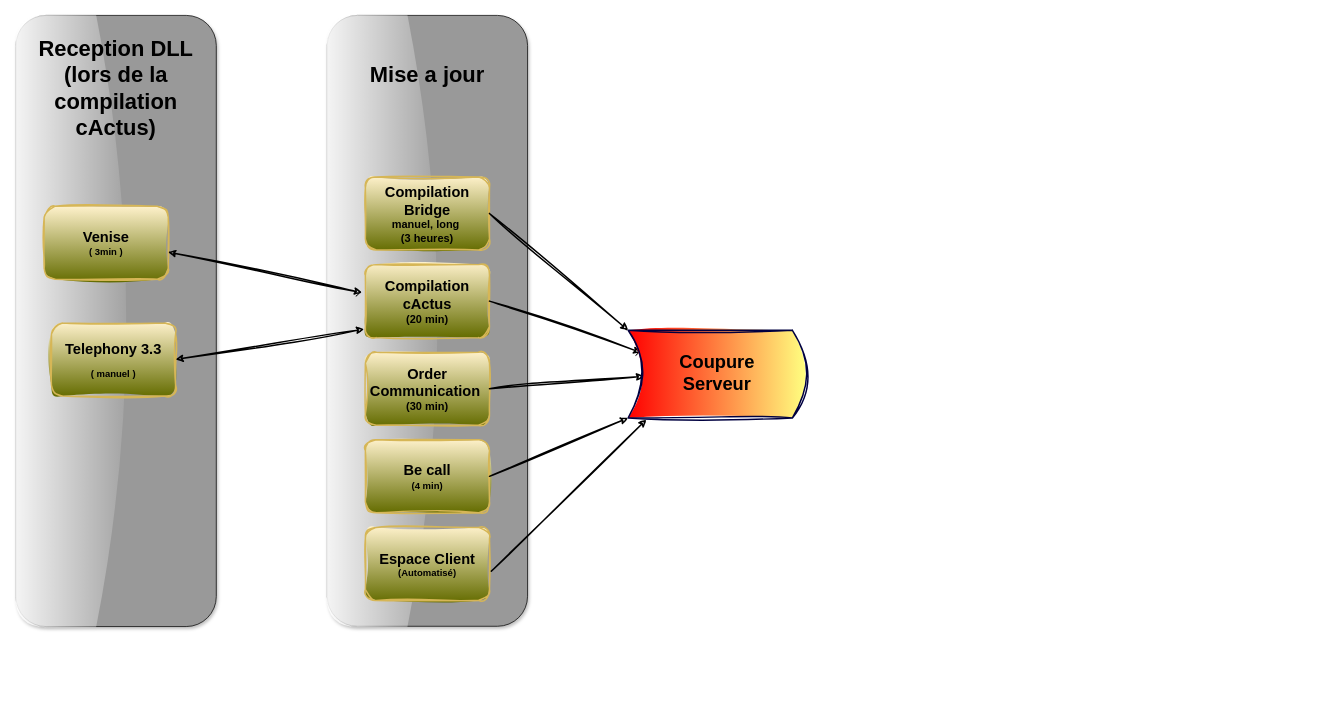
MarcSyndrome/Objectif-du-jour-ARC-EF keeps this draw.io diagram as Suivi MEP.drawio. Above is the earlier version. Source tidied: cells renumbered, new cells numbered last; positions are measured from the earlier drawing's top-left corner, leaving out a move shared by most shapes. Both pictures are drawn from the tidied source at 73%, with x=0, y=0 at pixel (-190, 38).
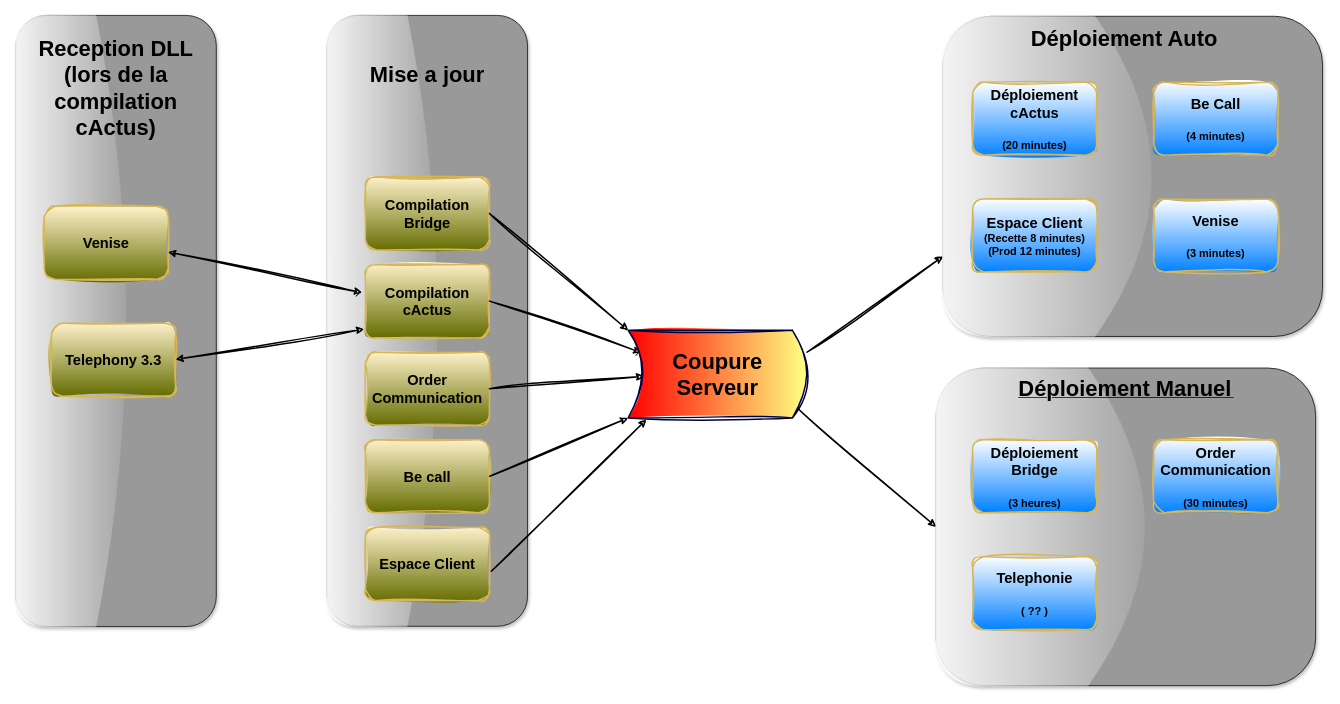
The same diagram, later.

Commit message (it also covers changes not shown here):
Mettre à jour Suivi MEP.drawio

Unchanged cells that the change refers to:
```xml
<mxCell id="15" style="shape=dataStorage;whiteSpace=wrap;html=1;fixedSize=1;rotation=-180;gradientColor=#ff0000;fillColor=#ffff80;gradientDirection=east;sketch=1;curveFitting=1;jiggle=2;shadow=0;strokeWidth=2;strokeColor=#000040;" parent="1" vertex="1">
  <mxGeometry x="1120" y="400" width="245" height="120" as="geometry" />
</mxCell>
```

The edit, as a diff of the source:
```diff
@@
+    <mxCell id="22" style="rounded=1;whiteSpace=wrap;html=1;rotation=-90;fillColor=#999999;shadow=1;glass=1;" parent="1" vertex="1">
+      <mxGeometry x="1584.2" y="409.2" width="435.1" height="520" as="geometry" />
+    </mxCell>
+    <mxCell id="23" style="rounded=1;whiteSpace=wrap;html=1;rotation=-90;fillColor=#999999;shadow=1;glass=1;" parent="1" vertex="1">
+      <mxGeometry x="1591.9" y="-70.9" width="438.6" height="520" as="geometry" />
+    </mxCell>
@@
-    <mxCell id="4" value="&lt;div style=&quot;font-size: 20px;&quot;&gt;&lt;font style=&quot;font-size: 20px;&quot;&gt;&lt;b&gt;Compilation Bridge&lt;/b&gt;&lt;/font&gt;&lt;b&gt;&lt;font style=&quot;font-size: 15px;&quot;&gt;&lt;br&gt;&lt;/font&gt;&lt;/b&gt;&lt;/div&gt;&lt;div&gt;&lt;b&gt;&lt;font style=&quot;font-size: 15px;&quot;&gt;manuel, long&amp;nbsp;&lt;/font&gt;&lt;/b&gt;&lt;/div&gt;&lt;div&gt;&lt;b&gt;&lt;font style=&quot;font-size: 15px;&quot;&gt;(3 heures)&lt;/font&gt;&lt;/b&gt;&lt;/div&gt;" style="rounded=1;whiteSpace=wrap;html=1;fillColor=#fff2cc;strokeColor=#d6b656;gradientColor=#646c00;sketch=1;curveFitting=1;jiggle=2;shadow=0;strokeWidth=2;" parent="1" vertex="1">
+    <mxCell id="4" value="&lt;div style=&quot;font-size: 20px;&quot;&gt;&lt;font style=&quot;font-size: 20px;&quot;&gt;&lt;b&gt;Compilation Bridge&lt;/b&gt;&lt;/font&gt;&lt;b&gt;&lt;font style=&quot;font-size: 15px;&quot;&gt;&lt;br&gt;&lt;/font&gt;&lt;/b&gt;&lt;/div&gt;" style="rounded=1;whiteSpace=wrap;html=1;fillColor=#fff2cc;strokeColor=#d6b656;gradientColor=#646c00;sketch=1;curveFitting=1;jiggle=2;shadow=0;strokeWidth=2;" parent="1" vertex="1">
       <mxGeometry x="760" y="190" width="170" height="100" as="geometry" />
     </mxCell>
-    <mxCell id="5" value="&lt;div style=&quot;font-size: 20px;&quot;&gt;&lt;b&gt;&lt;font style=&quot;font-size: 20px;&quot;&gt;Compilation cActus&lt;/font&gt;&lt;/b&gt;&lt;/div&gt;&lt;div&gt;&lt;b&gt;&lt;font style=&quot;font-size: 15px;&quot;&gt;(20 min)&lt;/font&gt;&lt;/b&gt;&lt;/div&gt;" style="rounded=1;whiteSpace=wrap;html=1;fillColor=#fff2cc;strokeColor=#d6b656;gradientColor=#646c00;sketch=1;curveFitting=1;jiggle=2;shadow=0;strokeWidth=2;" parent="1" vertex="1">
+    <mxCell id="5" value="&lt;div style=&quot;font-size: 20px;&quot;&gt;&lt;b&gt;&lt;font style=&quot;font-size: 20px;&quot;&gt;Compilation cActus&lt;/font&gt;&lt;/b&gt;&lt;/div&gt;" style="rounded=1;whiteSpace=wrap;html=1;fillColor=#fff2cc;strokeColor=#d6b656;gradientColor=#646c00;sketch=1;curveFitting=1;jiggle=2;shadow=0;strokeWidth=2;" parent="1" vertex="1">
       <mxGeometry x="760" y="310" width="170" height="100" as="geometry" />
     </mxCell>
@@
-    <mxCell id="8" value="&lt;div style=&quot;font-size: 20px;&quot;&gt;&lt;font style=&quot;font-size: 20px;&quot;&gt;&lt;b&gt;Order Communication&lt;/b&gt;&amp;nbsp;&lt;/font&gt;&lt;/div&gt;&lt;div&gt;&lt;b&gt;&lt;font style=&quot;font-size: 15px;&quot;&gt;(30 min)&lt;/font&gt;&lt;/b&gt;&lt;/div&gt;" style="rounded=1;whiteSpace=wrap;html=1;fillColor=#fff2cc;strokeColor=#d6b656;gradientColor=#646c00;sketch=1;curveFitting=1;jiggle=2;shadow=0;strokeWidth=2;" parent="1" vertex="1">
+    <mxCell id="8" value="&lt;div style=&quot;font-size: 20px;&quot;&gt;&lt;font style=&quot;font-size: 20px;&quot;&gt;&lt;b&gt;Order Communication&lt;/b&gt; &lt;br&gt;&lt;/font&gt;&lt;/div&gt;" style="rounded=1;whiteSpace=wrap;html=1;fillColor=#fff2cc;strokeColor=#d6b656;gradientColor=#646c00;sketch=1;curveFitting=1;jiggle=2;shadow=0;strokeWidth=2;" parent="1" vertex="1">
       <mxGeometry x="760" y="430" width="170" height="100" as="geometry" />
     </mxCell>
@@
-    <mxCell id="10" value="&lt;div style=&quot;font-size: 20px;&quot;&gt;&lt;font style=&quot;font-size: 20px;&quot;&gt;&lt;b&gt;Be call&lt;/b&gt;&lt;br&gt;&lt;/font&gt;&lt;/div&gt;&lt;div style=&quot;font-size: 15px;&quot;&gt;&lt;font style=&quot;font-size: 13px;&quot;&gt;&lt;b&gt;(4 min)&lt;br&gt;&lt;/b&gt;&lt;/font&gt;&lt;/div&gt;" style="rounded=1;whiteSpace=wrap;html=1;fillColor=#fff2cc;strokeColor=#d6b656;gradientColor=#646c00;sketch=1;curveFitting=1;jiggle=2;shadow=0;strokeWidth=2;" parent="1" vertex="1">
+    <mxCell id="10" value="&lt;div style=&quot;font-size: 20px;&quot;&gt;&lt;font style=&quot;font-size: 20px;&quot;&gt;&lt;b&gt;Be call&lt;/b&gt;&lt;br&gt;&lt;/font&gt;&lt;/div&gt;" style="rounded=1;whiteSpace=wrap;html=1;fillColor=#fff2cc;strokeColor=#d6b656;gradientColor=#646c00;sketch=1;curveFitting=1;jiggle=2;shadow=0;strokeWidth=2;" parent="1" vertex="1">
       <mxGeometry x="760" y="550" width="170" height="100" as="geometry" />
     </mxCell>
@@
-    <mxCell id="12" value="&lt;div style=&quot;font-size: 20px;&quot;&gt;&lt;font style=&quot;font-size: 20px;&quot;&gt;&lt;b&gt;Telephony 3.3&lt;/b&gt;&lt;/font&gt;&lt;/div&gt;&lt;br&gt;&lt;font size=&quot;1&quot;&gt;&lt;b style=&quot;font-size: 13px;&quot;&gt;( manuel )&lt;/b&gt;&lt;/font&gt;" style="rounded=1;whiteSpace=wrap;html=1;fillColor=#fff2cc;strokeColor=#d6b656;gradientColor=#646c00;sketch=1;curveFitting=1;jiggle=2;shadow=0;strokeWidth=2;" parent="1" vertex="1">
+    <mxCell id="12" value="&lt;div style=&quot;font-size: 20px;&quot;&gt;&lt;font style=&quot;font-size: 20px;&quot;&gt;&lt;b&gt;Telephony 3.3&lt;/b&gt;&lt;/font&gt;&lt;/div&gt;" style="rounded=1;whiteSpace=wrap;html=1;fillColor=#fff2cc;strokeColor=#d6b656;gradientColor=#646c00;sketch=1;curveFitting=1;jiggle=2;shadow=0;strokeWidth=2;" parent="1" vertex="1">
       <mxGeometry x="330" y="390" width="170" height="100" as="geometry" />
     </mxCell>
@@
-    <mxCell id="14" value="&lt;div&gt;&lt;font size=&quot;1&quot;&gt;&lt;b style=&quot;font-size: 20px;&quot;&gt;Venise&lt;/b&gt;&lt;/font&gt;&lt;/div&gt;&lt;div&gt;&lt;font style=&quot;font-size: 13px;&quot;&gt;&lt;b&gt;( 3min )&lt;br&gt;&lt;/b&gt;&lt;/font&gt;&lt;/div&gt;" style="rounded=1;whiteSpace=wrap;html=1;fillColor=#fff2cc;strokeColor=#d6b656;gradientColor=#646c00;sketch=1;curveFitting=1;jiggle=2;shadow=0;strokeWidth=2;" parent="1" vertex="1">
+    <mxCell id="14" value="&lt;div&gt;&lt;font size=&quot;1&quot;&gt;&lt;b style=&quot;font-size: 20px;&quot;&gt;Venise&lt;/b&gt;&lt;/font&gt;&lt;/div&gt;" style="rounded=1;whiteSpace=wrap;html=1;fillColor=#fff2cc;strokeColor=#d6b656;gradientColor=#646c00;sketch=1;curveFitting=1;jiggle=2;shadow=0;strokeWidth=2;" parent="1" vertex="1">
       <mxGeometry x="320" y="230" width="170" height="100" as="geometry" />
     </mxCell>
@@
-    <mxCell id="16" value="&#10;&lt;b&gt;&lt;font style=&quot;font-size: 25px;&quot;&gt;Coupure Serveur&lt;/font&gt;&lt;/b&gt;&#10;&#10;" style="text;html=1;strokeColor=none;fillColor=none;align=center;verticalAlign=middle;whiteSpace=wrap;rounded=0;" parent="1" vertex="1">
-      <mxGeometry x="1159.4" y="430" width="166.2" height="70" as="geometry" />
+    <mxCell id="16" value="&lt;font style=&quot;font-size: 30px;&quot;&gt;&lt;br&gt;&lt;b&gt;&lt;font style=&quot;font-size: 30px;&quot;&gt;Coupure Serveur&lt;/font&gt;&lt;/b&gt;&lt;br&gt;&lt;br&gt;&lt;/font&gt;" style="text;html=1;strokeColor=none;fillColor=none;align=center;verticalAlign=middle;whiteSpace=wrap;rounded=0;" parent="1" vertex="1">
+      <mxGeometry x="1152.2" y="415" width="180.6" height="90" as="geometry" />
     </mxCell>
@@
-    <mxCell id="20" value="&lt;div&gt;&lt;b&gt;&lt;font style=&quot;font-size: 20px;&quot;&gt;Espace Client &lt;/font&gt;&lt;/b&gt;&lt;br&gt;&lt;/div&gt;&lt;div style=&quot;font-size: 13px;&quot;&gt;&lt;font style=&quot;font-size: 13px;&quot;&gt;&lt;b&gt;(Automatisé)&lt;/b&gt;&lt;/font&gt;&lt;br&gt;&lt;/div&gt;" style="rounded=1;whiteSpace=wrap;html=1;fillColor=#fff2cc;strokeColor=#d6b656;gradientColor=#646c00;sketch=1;curveFitting=1;jiggle=2;shadow=0;strokeWidth=2;" parent="1" vertex="1">
+    <mxCell id="20" value="&lt;div&gt;&lt;b&gt;&lt;font style=&quot;font-size: 20px;&quot;&gt;Espace Client &lt;/font&gt;&lt;/b&gt;&lt;br&gt;&lt;/div&gt;" style="rounded=1;whiteSpace=wrap;html=1;fillColor=#fff2cc;strokeColor=#d6b656;gradientColor=#646c00;sketch=1;curveFitting=1;jiggle=2;shadow=0;strokeWidth=2;" parent="1" vertex="1">
       <mxGeometry x="760" y="670" width="170" height="100" as="geometry" />
     </mxCell>
@@
+    <mxCell id="24" value="&lt;font size=&quot;1&quot;&gt;&lt;b style=&quot;font-size: 30px;&quot;&gt;Déploiement Auto&lt;/b&gt;&lt;/font&gt;&amp;nbsp; " style="text;html=1;strokeColor=none;fillColor=none;align=center;verticalAlign=middle;whiteSpace=wrap;rounded=0;" parent="1" vertex="1">
+      <mxGeometry x="1573.4" y="-30" width="456.6" height="60" as="geometry" />
+    </mxCell>
+    <mxCell id="25" value="&lt;u&gt;&lt;font size=&quot;1&quot;&gt;&lt;b style=&quot;font-size: 30px;&quot;&gt;Déploiement Manuel&lt;/b&gt;&lt;/font&gt;&amp;nbsp; &lt;/u&gt;" style="text;html=1;strokeColor=none;fillColor=none;align=center;verticalAlign=middle;whiteSpace=wrap;rounded=0;" parent="1" vertex="1">
+      <mxGeometry x="1573.9" y="450" width="456.6" height="60" as="geometry" />
+    </mxCell>
+    <mxCell id="26" style="endArrow=classic;html=1;rounded=0;exitX=0.051;exitY=0.108;exitDx=0;exitDy=0;entryX=0.5;entryY=0;entryDx=0;entryDy=0;sketch=1;curveFitting=1;jiggle=2;shadow=0;strokeWidth=2;exitPerimeter=0;" parent="1" edge="1" source="15" target="22">
+      <mxGeometry relative="1" as="geometry" />
+    </mxCell>
+    <mxCell id="27" style="endArrow=classic;html=1;rounded=0;exitX=0;exitY=0.75;exitDx=0;exitDy=0;entryX=0.25;entryY=0;entryDx=0;entryDy=0;sketch=1;curveFitting=1;jiggle=2;shadow=0;strokeWidth=2;" parent="1" edge="1" source="15" target="23">
+      <mxGeometry relative="1" as="geometry" />
+    </mxCell>
+    <mxCell id="28" value="&lt;div style=&quot;font-size: 20px;&quot;&gt;&lt;font style=&quot;font-size: 20px;&quot;&gt;&lt;b&gt;Déploiement Bridge&lt;/b&gt;&lt;/font&gt;&lt;/div&gt;&lt;div style=&quot;font-size: 20px;&quot;&gt;&lt;font style=&quot;font-size: 20px;&quot;&gt;&lt;b&gt;&lt;br&gt;&lt;/b&gt;&lt;/font&gt;&lt;b&gt;&lt;font style=&quot;font-size: 15px;&quot;&gt; &lt;/font&gt;&lt;/b&gt;&lt;/div&gt;&lt;div&gt;&lt;b&gt;&lt;font style=&quot;font-size: 15px;&quot;&gt;(3 heures)&lt;/font&gt;&lt;/b&gt;&lt;/div&gt;" style="rounded=1;whiteSpace=wrap;html=1;fillColor=#0080ff;strokeColor=#d6b656;gradientColor=#ffffff;sketch=1;curveFitting=1;jiggle=2;shadow=0;strokeWidth=2;fillStyle=solid;gradientDirection=north;" parent="1" vertex="1">
+      <mxGeometry x="1591.9" y="550" width="170" height="100" as="geometry" />
+    </mxCell>
+    <mxCell id="29" value="&lt;div style=&quot;font-size: 20px;&quot;&gt;&lt;font style=&quot;font-size: 20px;&quot;&gt;&lt;b&gt;Déploiement cActus&lt;/b&gt;&lt;/font&gt;&lt;/div&gt;&lt;div style=&quot;font-size: 20px;&quot;&gt;&lt;font style=&quot;font-size: 20px;&quot;&gt;&lt;b&gt;&lt;br&gt;&lt;/b&gt;&lt;/font&gt;&lt;b&gt;&lt;font style=&quot;font-size: 15px;&quot;&gt; &lt;/font&gt;&lt;/b&gt;&lt;/div&gt;&lt;div&gt;&lt;b&gt;&lt;font style=&quot;font-size: 15px;&quot;&gt;(20 minutes)&lt;/font&gt;&lt;/b&gt;&lt;/div&gt;" style="rounded=1;whiteSpace=wrap;html=1;fillColor=#0080ff;strokeColor=#d6b656;gradientColor=#ffffff;sketch=1;curveFitting=1;jiggle=2;shadow=0;strokeWidth=2;fillStyle=solid;gradientDirection=north;" parent="1" vertex="1">
+      <mxGeometry x="1591.9" y="60" width="170" height="100" as="geometry" />
+    </mxCell>
+    <mxCell id="30" value="&lt;div style=&quot;font-size: 20px;&quot;&gt;&lt;font style=&quot;font-size: 20px;&quot;&gt;&lt;b&gt;Order&lt;/b&gt;&lt;/font&gt;&lt;/div&gt;&lt;div style=&quot;font-size: 20px;&quot;&gt;&lt;font style=&quot;font-size: 20px;&quot;&gt;&lt;b&gt;Communication&lt;/b&gt;&lt;/font&gt;&lt;/div&gt;&lt;div style=&quot;font-size: 20px;&quot;&gt;&lt;font style=&quot;font-size: 20px;&quot;&gt;&lt;b&gt;&lt;br&gt;&lt;/b&gt;&lt;/font&gt;&lt;b&gt;&lt;font style=&quot;font-size: 15px;&quot;&gt; &lt;/font&gt;&lt;/b&gt;&lt;/div&gt;&lt;div&gt;&lt;b&gt;&lt;font style=&quot;font-size: 15px;&quot;&gt;(30 minutes)&lt;/font&gt;&lt;/b&gt;&lt;/div&gt;" style="rounded=1;whiteSpace=wrap;html=1;fillColor=#0080ff;strokeColor=#d6b656;gradientColor=#ffffff;sketch=1;curveFitting=1;jiggle=2;shadow=0;strokeWidth=2;fillStyle=solid;gradientDirection=north;" parent="1" vertex="1">
+      <mxGeometry x="1840" y="550" width="170" height="100" as="geometry" />
+    </mxCell>
+    <mxCell id="31" value="&lt;div style=&quot;font-size: 20px;&quot;&gt;&lt;font style=&quot;font-size: 20px;&quot;&gt;&lt;b&gt;Be Call&lt;/b&gt;&lt;/font&gt;&lt;/div&gt;&lt;div style=&quot;font-size: 20px;&quot;&gt;&lt;font style=&quot;font-size: 20px;&quot;&gt;&lt;b&gt;&lt;br&gt;&lt;/b&gt;&lt;/font&gt;&lt;b&gt;&lt;font style=&quot;font-size: 15px;&quot;&gt; &lt;/font&gt;&lt;/b&gt;&lt;/div&gt;&lt;div&gt;&lt;b&gt;&lt;font style=&quot;font-size: 15px;&quot;&gt;(4 minutes)&lt;/font&gt;&lt;/b&gt;&lt;/div&gt;" style="rounded=1;whiteSpace=wrap;html=1;fillColor=#0080ff;strokeColor=#d6b656;gradientColor=#ffffff;sketch=1;curveFitting=1;jiggle=2;shadow=0;strokeWidth=2;fillStyle=solid;gradientDirection=north;" parent="1" vertex="1">
+      <mxGeometry x="1840" y="60" width="170" height="100" as="geometry" />
+    </mxCell>
+    <mxCell id="32" value="&lt;div style=&quot;font-size: 20px;&quot;&gt;&lt;font style=&quot;font-size: 20px;&quot;&gt;&lt;b&gt;Espace Client&lt;/b&gt;&lt;/font&gt;&lt;/div&gt;&lt;div&gt;&lt;b&gt;&lt;font style=&quot;font-size: 15px;&quot;&gt;(Recette 8 minutes)&lt;/font&gt;&lt;/b&gt;&lt;/div&gt;&lt;div&gt;&lt;b&gt;&lt;font style=&quot;font-size: 15px;&quot;&gt;(Prod 12 minutes)&lt;/font&gt;&lt;/b&gt;&lt;/div&gt;" style="rounded=1;whiteSpace=wrap;html=1;fillColor=#0080ff;strokeColor=#d6b656;gradientColor=#ffffff;sketch=1;curveFitting=1;jiggle=2;shadow=0;strokeWidth=2;fillStyle=solid;gradientDirection=north;" parent="1" vertex="1">
+      <mxGeometry x="1591.9" y="220" width="170" height="100" as="geometry" />
+    </mxCell>
+    <mxCell id="33" value="&lt;div style=&quot;font-size: 20px;&quot;&gt;&lt;font style=&quot;font-size: 20px;&quot;&gt;&lt;b&gt;Venise&lt;/b&gt;&lt;/font&gt;&lt;/div&gt;&lt;div style=&quot;font-size: 20px;&quot;&gt;&lt;font style=&quot;font-size: 20px;&quot;&gt;&lt;b&gt;&lt;br&gt;&lt;/b&gt;&lt;/font&gt;&lt;b&gt;&lt;font style=&quot;font-size: 15px;&quot;&gt; &lt;/font&gt;&lt;/b&gt;&lt;/div&gt;&lt;div&gt;&lt;b&gt;&lt;font style=&quot;font-size: 15px;&quot;&gt;(3 minutes)&lt;/font&gt;&lt;/b&gt;&lt;/div&gt;" style="rounded=1;whiteSpace=wrap;html=1;fillColor=#0080ff;strokeColor=#d6b656;gradientColor=#ffffff;sketch=1;curveFitting=1;jiggle=2;shadow=0;strokeWidth=2;fillStyle=solid;gradientDirection=north;" parent="1" vertex="1">
+      <mxGeometry x="1840" y="220" width="170" height="100" as="geometry" />
+    </mxCell>
+    <mxCell id="34" value="&lt;div style=&quot;font-size: 20px;&quot;&gt;&lt;font style=&quot;font-size: 20px;&quot;&gt;&lt;b&gt;Telephonie&lt;/b&gt;&lt;/font&gt;&lt;/div&gt;&lt;div style=&quot;font-size: 20px;&quot;&gt;&lt;font style=&quot;font-size: 20px;&quot;&gt;&lt;b&gt;&lt;br&gt;&lt;/b&gt;&lt;/font&gt;&lt;b&gt;&lt;font style=&quot;font-size: 15px;&quot;&gt; &lt;/font&gt;&lt;/b&gt;&lt;/div&gt;&lt;div&gt;&lt;b&gt;&lt;font style=&quot;font-size: 15px;&quot;&gt;( ?? )&lt;/font&gt;&lt;/b&gt;&lt;/div&gt;" style="rounded=1;whiteSpace=wrap;html=1;fillColor=#0080ff;strokeColor=#d6b656;gradientColor=#ffffff;sketch=1;curveFitting=1;jiggle=2;shadow=0;strokeWidth=2;fillStyle=solid;gradientDirection=north;" parent="1" vertex="1">
+      <mxGeometry x="1591.9" y="710" width="170" height="100" as="geometry" />
+    </mxCell>
```
